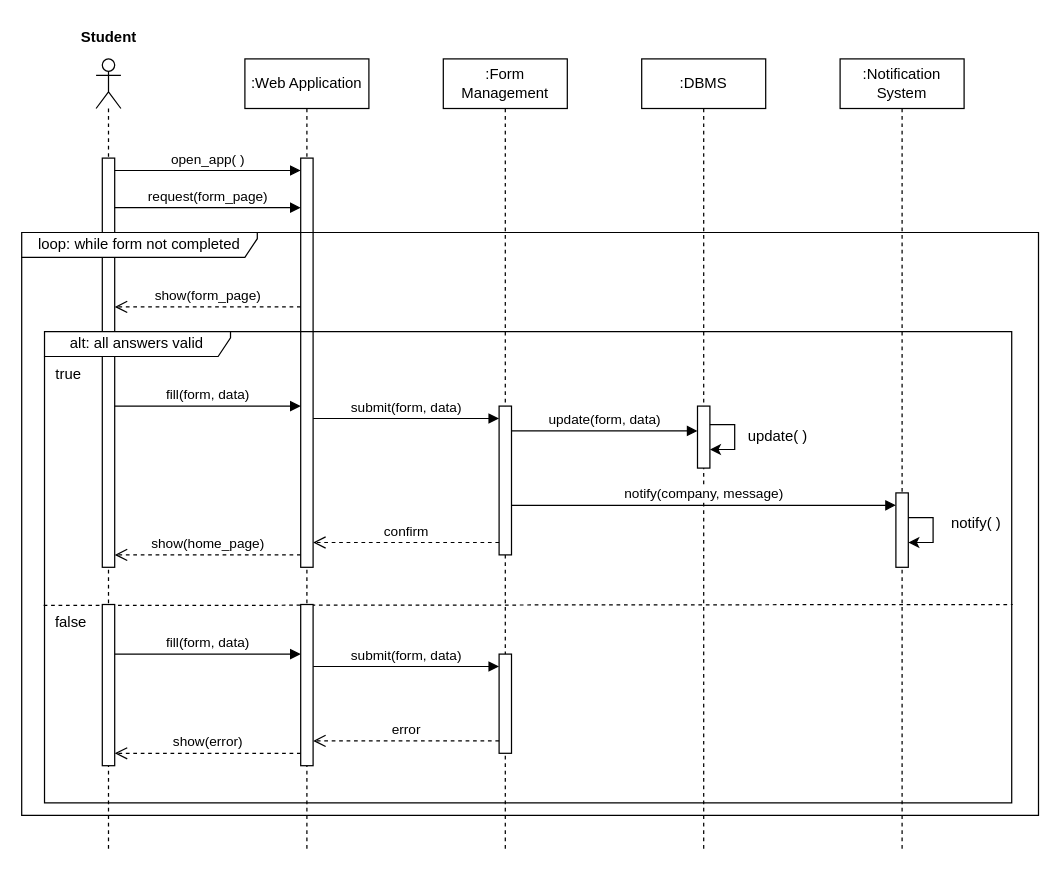
Earlier version of the draw.io diagram DD/Misc/Seq6.drawio (Zero3474/AlkhetiarBonardi). Source tidied: cells renumbered, new cells numbered last; positions are measured from the earlier drawing's top-left corner, leaving out a move shared by most shapes. Both pictures are drawn from the tidied source at 124%, with x=0, y=0 at pixel (21, 21).
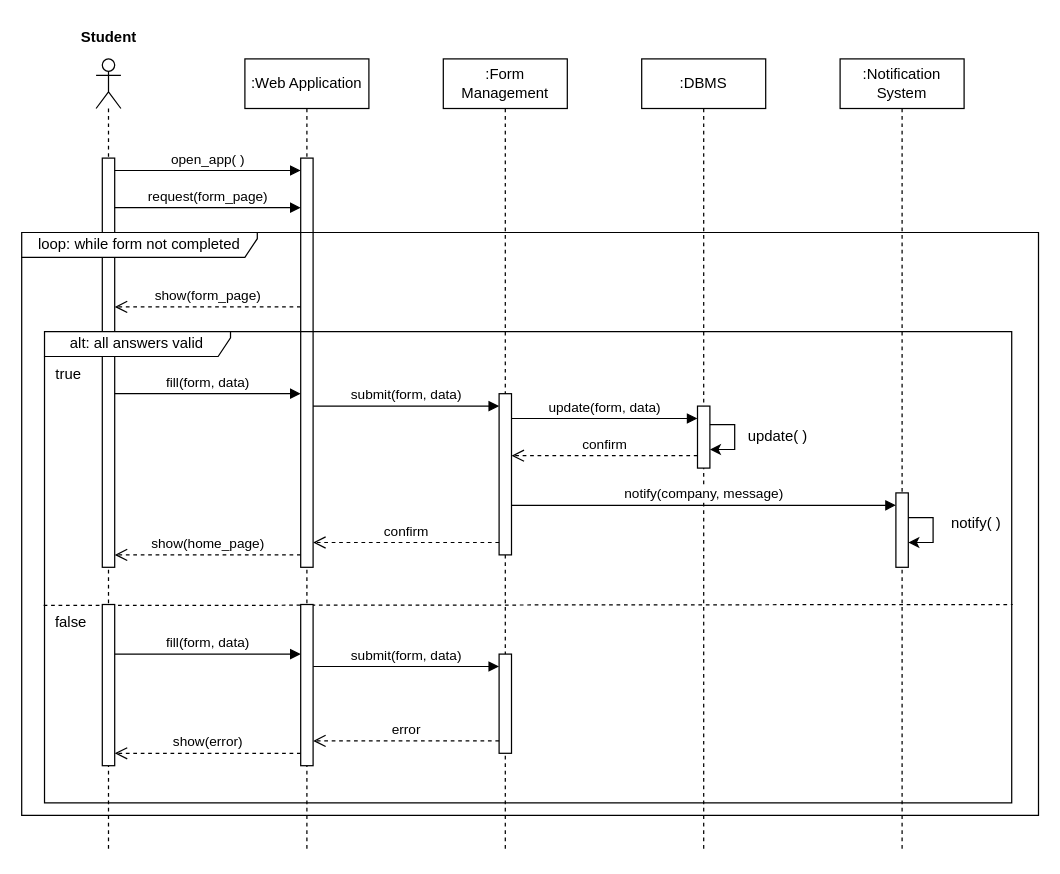
The same diagram, later.

Unchanged cells that the change refers to:
```xml
<mxCell id="11" value=":Form Management" style="shape=umlLifeline;perimeter=lifelinePerimeter;whiteSpace=wrap;html=1;newEdgeStyle={&quot;curved&quot;:0,&quot;rounded&quot;:0};" parent="1" vertex="1">
  <mxGeometry x="340" y="30" width="100" height="640" as="geometry" />
</mxCell>
```

Change to the diagram source:
```diff
@@
     <mxCell id="10" value="fill(form, data)" style="html=1;verticalAlign=bottom;endArrow=block;curved=0;rounded=0;" parent="1" edge="1">
       <mxGeometry relative="1" as="geometry">
-        <mxPoint x="75" y="310" as="sourcePoint" />
-        <mxPoint x="225" y="310" as="targetPoint" />
+        <mxPoint x="75" y="300" as="sourcePoint" />
+        <mxPoint x="225" y="300" as="targetPoint" />
       </mxGeometry>
     </mxCell>
@@
     <mxCell id="12" style="html=1;perimeter=orthogonalPerimeter;targetShapes=umlLifeline;newEdgeStyle={&quot;curved&quot;:0,&quot;rounded&quot;:0};" parent="11" vertex="1">
-      <mxGeometry x="45" y="280" width="10" height="120" as="geometry" />
+      <mxGeometry x="45" y="270" width="10" height="130" as="geometry" />
     </mxCell>
@@
     <mxCell id="14" value="submit(form, data)" style="html=1;verticalAlign=bottom;endArrow=block;curved=0;rounded=0;" parent="1" edge="1">
       <mxGeometry relative="1" as="geometry">
-        <mxPoint x="235" y="320" as="sourcePoint" />
-        <mxPoint x="385" y="320" as="targetPoint" />
+        <mxPoint x="235" y="310" as="sourcePoint" />
+        <mxPoint x="385" y="310" as="targetPoint" />
       </mxGeometry>
     </mxCell>
@@
     <mxCell id="21" value="update(form, data)" style="html=1;verticalAlign=bottom;endArrow=block;curved=0;rounded=0;" parent="1" edge="1">
       <mxGeometry relative="1" as="geometry">
-        <mxPoint x="395" y="330" as="sourcePoint" />
-        <mxPoint x="545" y="330" as="targetPoint" />
+        <mxPoint x="395" y="320" as="sourcePoint" />
+        <mxPoint x="545" y="320" as="targetPoint" />
       </mxGeometry>
     </mxCell>
@@
+    <mxCell id="38" value="confirm" style="html=1;verticalAlign=bottom;endArrow=open;dashed=1;endSize=8;curved=0;rounded=0;" parent="1" edge="1">
+      <mxGeometry relative="1" as="geometry">
+        <mxPoint x="545" y="350" as="sourcePoint" />
+        <mxPoint x="395" y="350" as="targetPoint" />
+      </mxGeometry>
+    </mxCell>
```
